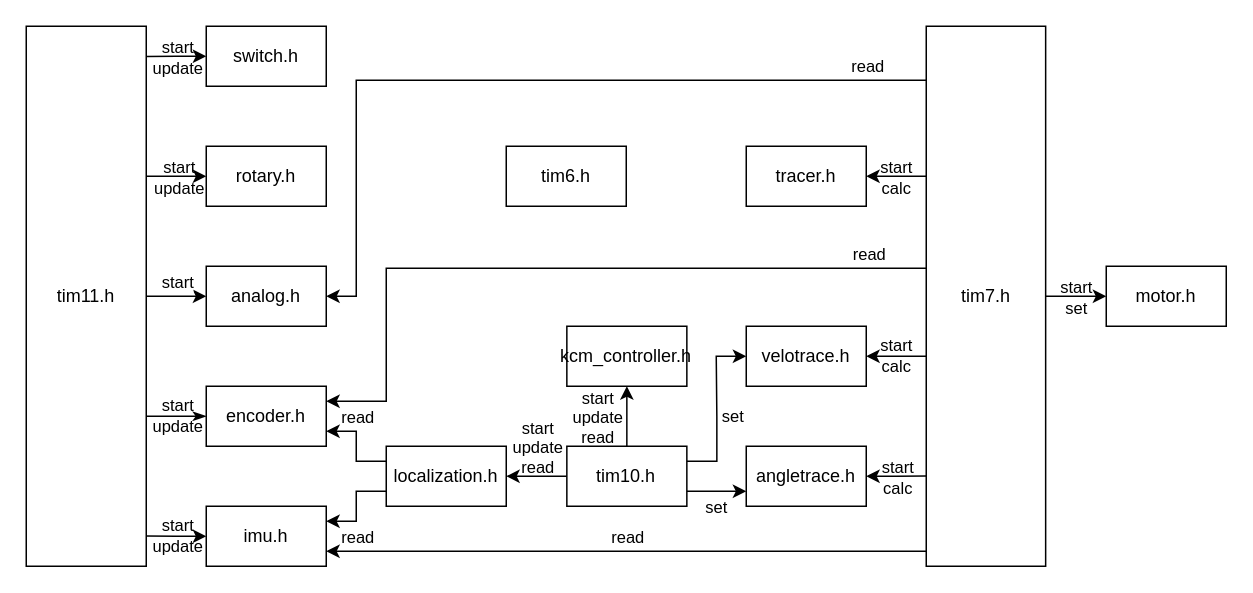
YazawaKenichi/murakumo_ws keeps this draw.io diagram as flow-chart.drawio. Above is the earlier version. Source tidied: cells renumbered, new cells numbered last; positions are measured from the earlier drawing's top-left corner, leaving out a move shared by most shapes. Both pictures are drawn from the tidied source at 150%, with x=0, y=0 at pixel (26, 26).
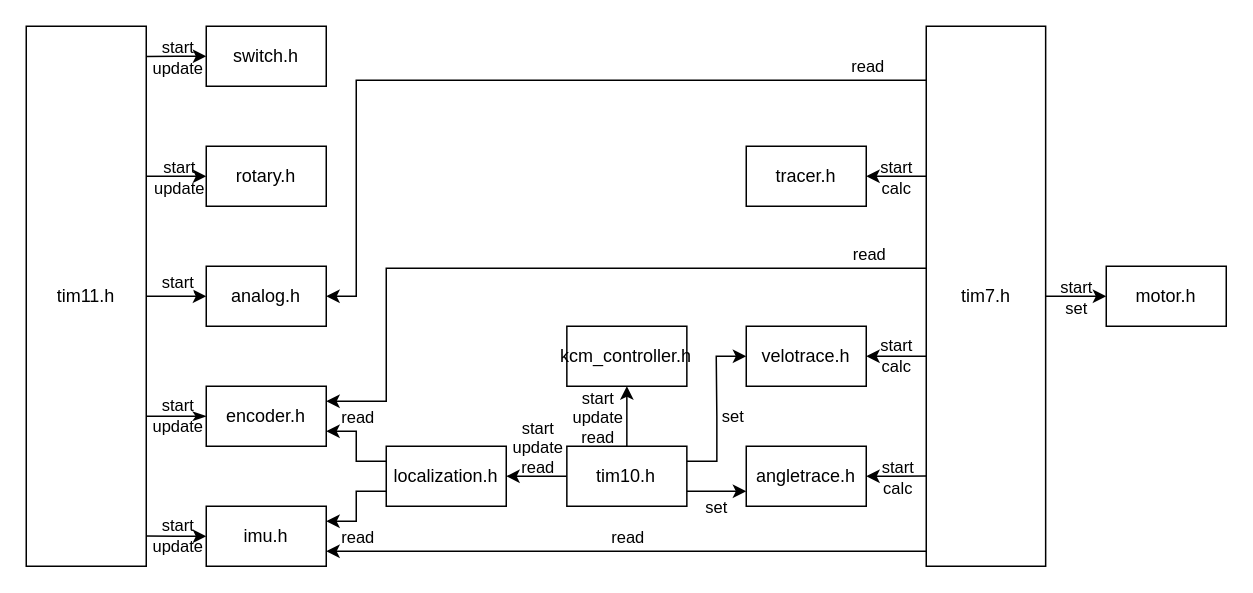
After the change.

Commit message:
flow-chart.drawio を更新します

What changed in the source:
```diff
@@
-    <mxCell id="46" value="tim6.h" style="whiteSpace=wrap;html=1;rounded=0;" parent="1" vertex="1">
-      <mxGeometry x="320" y="80" width="80" height="40" as="geometry" />
-    </mxCell>
```
